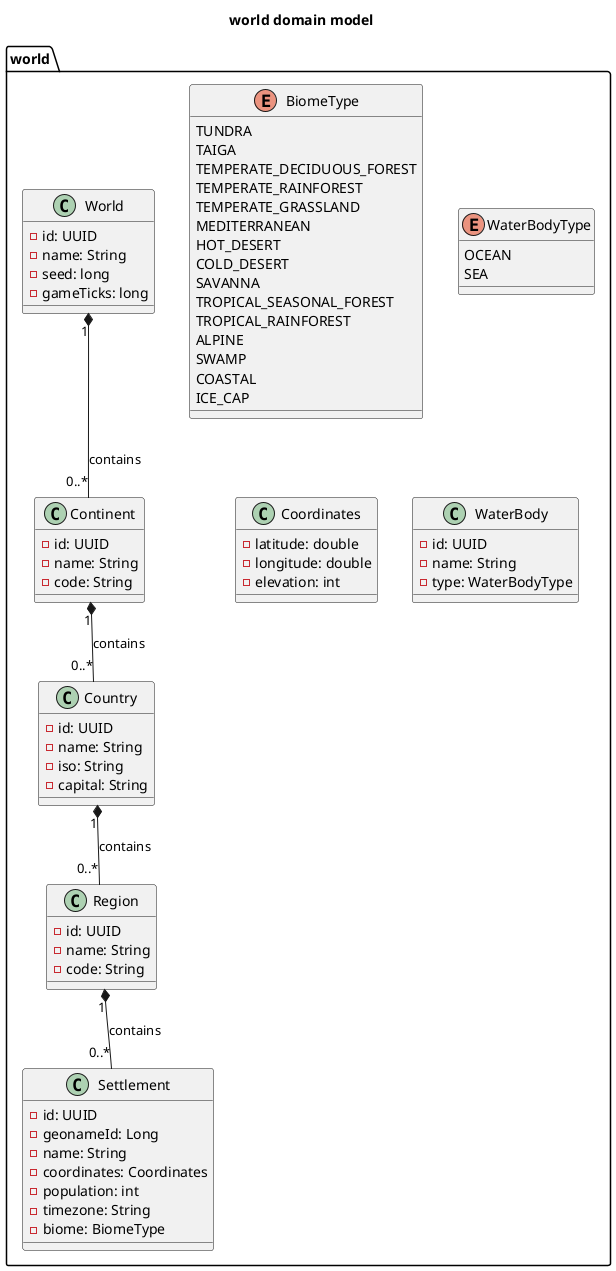
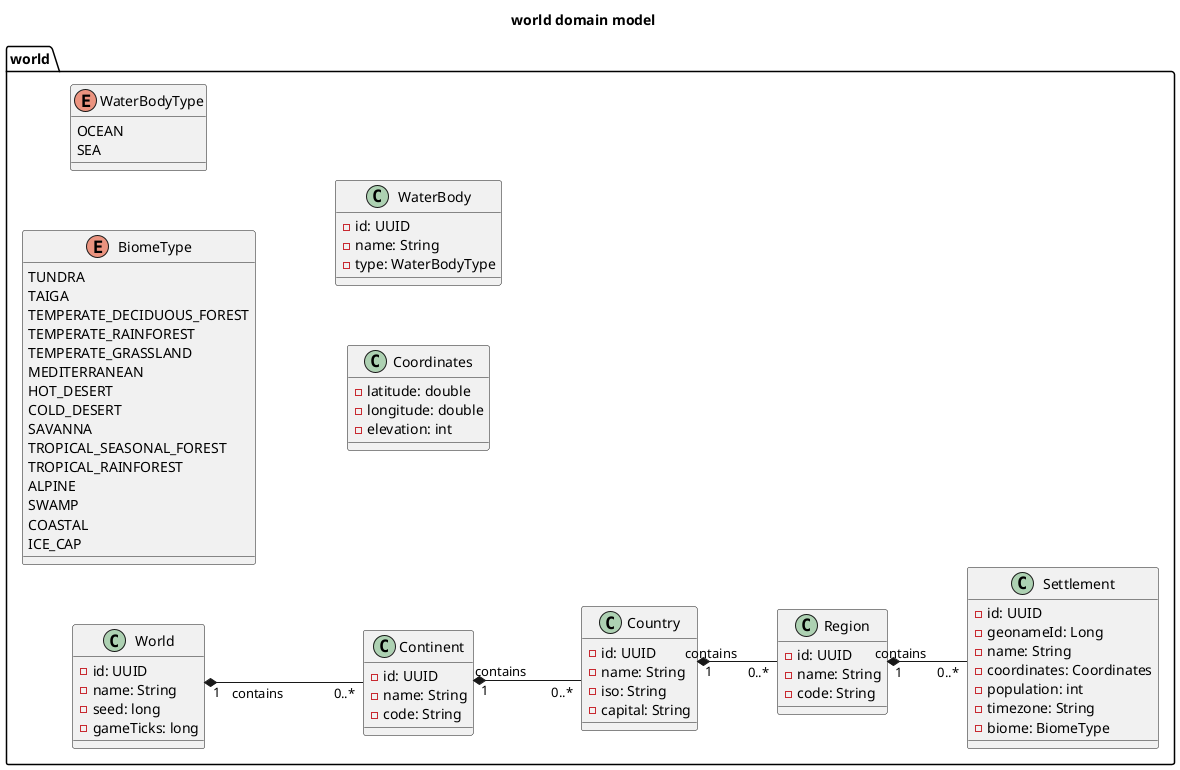
@startuml
title world domain model
+ 
+ left to right direction
+ skinparam linetype ortho
+ skinparam nodesep 60
+ skinparam ranksep 80

package world {
    enum BiomeType {
        TUNDRA
        TAIGA
        TEMPERATE_DECIDUOUS_FOREST
        TEMPERATE_RAINFOREST
        TEMPERATE_GRASSLAND
        MEDITERRANEAN
        HOT_DESERT
        COLD_DESERT
        SAVANNA
        TROPICAL_SEASONAL_FOREST
        TROPICAL_RAINFOREST
        ALPINE
        SWAMP
        COASTAL
        ICE_CAP
    }

    enum WaterBodyType {
        OCEAN
        SEA
    }

    class World {
        - id: UUID
        - name: String
        - seed: long
        - gameTicks: long
    }

    class Continent {
        - id: UUID
        - name: String
        - code: String
    }

    class Country {
        - id: UUID
        - name: String
        - iso: String
        - capital: String
    }

    class Region {
        - id: UUID
        - name: String
        - code: String
    }

    class Settlement {
        - id: UUID
        - geonameId: Long
        - name: String
        - coordinates: Coordinates
        - population: int
        - timezone: String
        - biome: BiomeType
    }

    class Coordinates {
        - latitude: double
        - longitude: double
        - elevation: int
    }

    class WaterBody {
        - id: UUID
        - name: String
        - type: WaterBodyType
    }

    World "1" *-- "0..*" Continent : contains
    Continent "1" *-- "0..*" Country : contains
    Country "1" *-- "0..*" Region : contains
    Region "1" *-- "0..*" Settlement : contains
}

@enduml